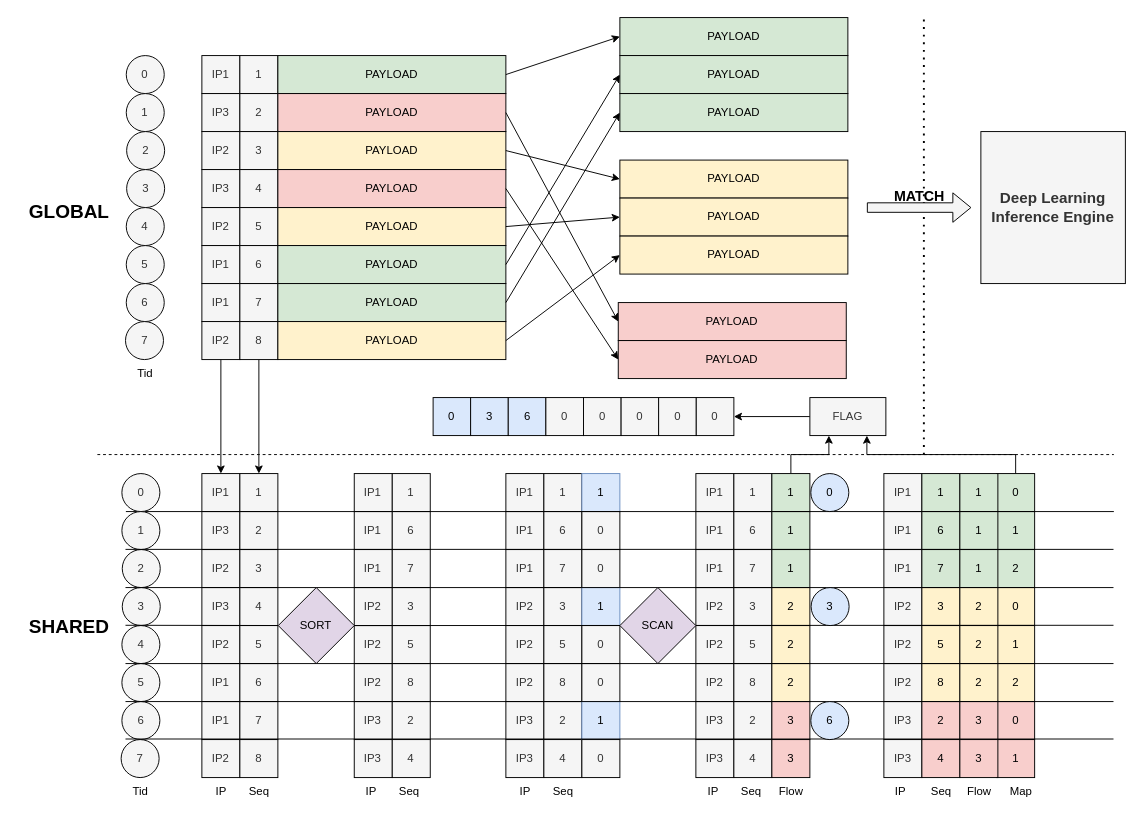
Earlier version of the draw.io diagram page "第 3 页" (2 of 4) of producer&consumer.drawio (CHRIS123540/GPU). Source tidied: cells renumbered, new cells numbered last; positions are measured from the earlier drawing's top-left corner, leaving out a move shared by most shapes. Both pictures are drawn from the tidied source at 95%, with x=0, y=0 at pixel (16, 17).
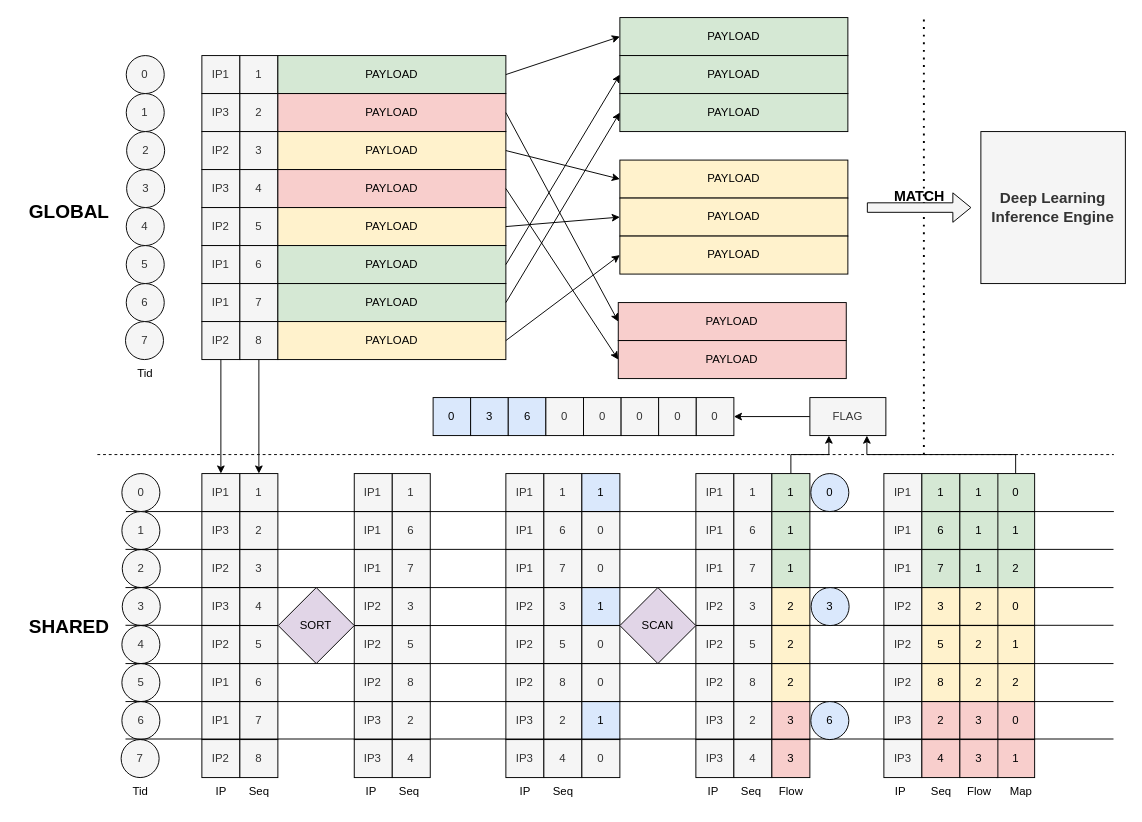
The same page after the edit.

Change to the diagram source:
```diff
@@
-    <mxCell id="77" value="1" style="whiteSpace=wrap;html=1;strokeColor=#6c8ebf;fillColor=#dae8fc;" parent="1" vertex="1">
+    <mxCell id="77" value="1" style="whiteSpace=wrap;html=1;strokeColor=default;fillColor=#dae8fc;" parent="1" vertex="1">
       <mxGeometry x="595" y="480" width="40" height="40" as="geometry" />
     </mxCell>
@@
-    <mxCell id="80" value="1" style="whiteSpace=wrap;html=1;strokeColor=#6c8ebf;fillColor=#dae8fc;" parent="1" vertex="1">
+    <mxCell id="80" value="1" style="whiteSpace=wrap;html=1;strokeColor=default;fillColor=#dae8fc;" parent="1" vertex="1">
       <mxGeometry x="595" y="600" width="40" height="40" as="geometry" />
     </mxCell>
@@
-    <mxCell id="83" value="1" style="whiteSpace=wrap;html=1;strokeColor=#6c8ebf;fillColor=#dae8fc;" parent="1" vertex="1">
+    <mxCell id="83" value="1" style="whiteSpace=wrap;html=1;strokeColor=default;fillColor=#dae8fc;" parent="1" vertex="1">
       <mxGeometry x="595" y="720" width="40" height="40" as="geometry" />
     </mxCell>
```
